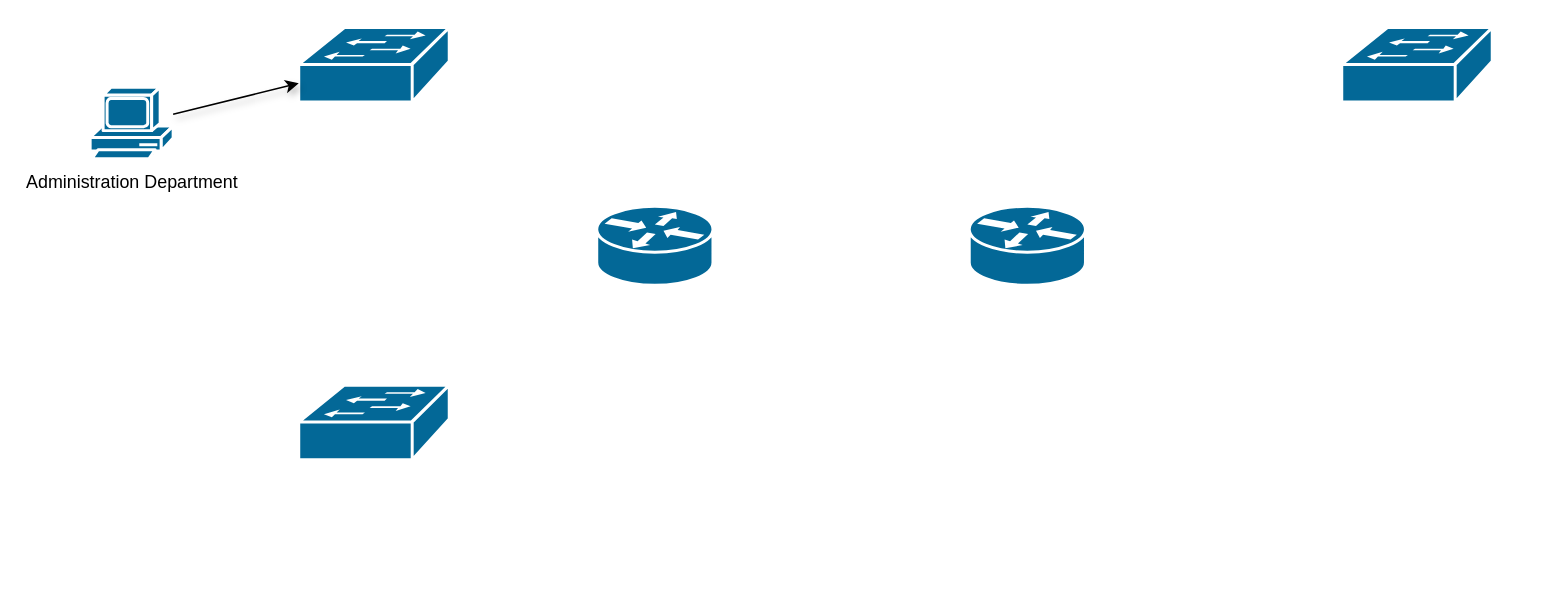
frazier-at-cpcc/subnetting-essentials keeps this draw.io diagram as topologies/Untitled Diagram.drawio. Above is the earlier version. Source tidied: cells renumbered, new cells numbered last; positions are measured from the earlier drawing's top-left corner, leaving out a move shared by most shapes. Both pictures are drawn from the tidied source at 149%, with x=0, y=0 at pixel (89, 27).
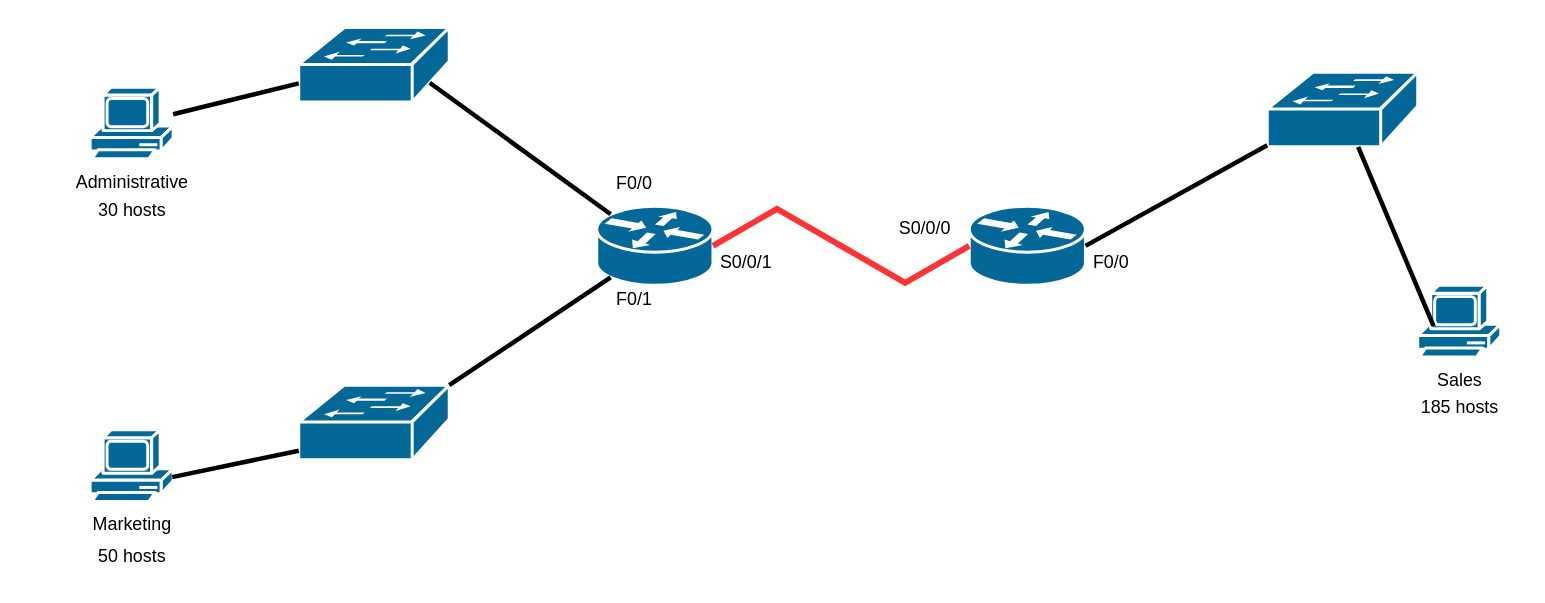
The same page after the edit.

Unchanged cells that the change refers to:
```xml
<mxCell id="2" style="shape=mxgraph.cisco.routers.router;sketch=0;html=1;dashed=0;fillColor=#036897;strokeColor=#ffffff;strokeWidth=2;verticalLabelPosition=bottom;verticalAlign=top;align=center;outlineConnect=0;" parent="1" vertex="1">
  <mxGeometry x="340" y="120" width="78" height="53" as="geometry" />
</mxCell>
<mxCell id="3" style="shape=mxgraph.cisco.routers.router;sketch=0;html=1;dashed=0;fillColor=#036897;strokeColor=#ffffff;strokeWidth=2;verticalLabelPosition=bottom;verticalAlign=top;align=center;outlineConnect=0;" parent="1" vertex="1">
  <mxGeometry x="590" y="120" width="78" height="53" as="geometry" />
</mxCell>
<mxCell id="4" style="shape=mxgraph.cisco.switches.workgroup_switch;sketch=0;html=1;dashed=0;fillColor=#036897;strokeColor=#ffffff;strokeWidth=2;verticalLabelPosition=bottom;verticalAlign=top;align=center;outlineConnect=0;" parent="1" vertex="1">
  <mxGeometry x="140" y="240" width="101" height="50" as="geometry" />
</mxCell>
<mxCell id="5" style="shape=mxgraph.cisco.switches.workgroup_switch;sketch=0;html=1;dashed=0;fillColor=#036897;strokeColor=#ffffff;strokeWidth=2;verticalLabelPosition=bottom;verticalAlign=top;align=center;outlineConnect=0;" parent="1" vertex="1">
  <mxGeometry x="140" width="101" height="50" as="geometry" />
</mxCell>
```

What changed in the source:
```diff
@@
     <mxCell id="6" style="shape=mxgraph.cisco.switches.workgroup_switch;sketch=0;html=1;dashed=0;fillColor=#036897;strokeColor=#ffffff;strokeWidth=2;verticalLabelPosition=bottom;verticalAlign=top;align=center;outlineConnect=0;" parent="1" vertex="1">
-      <mxGeometry x="840" width="101" height="50" as="geometry" />
+      <mxGeometry x="790" y="30" width="101" height="50" as="geometry" />
     </mxCell>
+    <mxCell id="8" value="Administrative" style="shape=mxgraph.cisco.computers_and_peripherals.pc;sketch=0;html=1;dashed=0;fillColor=#036897;strokeColor=#ffffff;strokeWidth=2;verticalLabelPosition=bottom;verticalAlign=top;align=center;outlineConnect=0;" parent="1" vertex="1">
+      <mxGeometry y="40" width="55.7" height="50" as="geometry" />
+    </mxCell>
-    <mxCell id="7" style="rounded=0;jettySize=auto;html=1;shadow=1;" parent="1" edge="1" source="8" target="5">
+    <mxCell id="7" style="endArrow=none;html=1;rounded=0;strokeWidth=3;" parent="1" edge="1" source="8" target="5">
       <mxGeometry relative="1" as="geometry" />
     </mxCell>
-    <mxCell id="8" value="Administration Department" style="shape=mxgraph.cisco.computers_and_peripherals.pc;sketch=0;html=1;dashed=0;fillColor=#036897;strokeColor=#ffffff;strokeWidth=2;verticalLabelPosition=bottom;verticalAlign=top;align=center;outlineConnect=0;" parent="1" vertex="1">
-      <mxGeometry y="40" width="55.7" height="50" as="geometry" />
-    </mxCell>
+    <mxCell id="9" style="endArrow=none;html=1;rounded=0;exitX=1;exitY=0;exitDx=0;exitDy=0;exitPerimeter=0;entryX=0.12;entryY=0.9;entryDx=0;entryDy=0;entryPerimeter=0;strokeWidth=3;" parent="1" edge="1" source="4" target="2">
+      <mxGeometry relative="1" as="geometry" />
+    </mxCell>
+    <mxCell id="10" style="endArrow=none;html=1;rounded=0;exitX=0.87;exitY=0.74;exitDx=0;exitDy=0;exitPerimeter=0;entryX=0.12;entryY=0.1;entryDx=0;entryDy=0;entryPerimeter=0;strokeWidth=3;" parent="1" edge="1" source="5" target="2">
+      <mxGeometry relative="1" as="geometry" />
+    </mxCell>
+    <mxCell id="11" style="endArrow=none;html=1;rounded=0;exitX=1;exitY=0.5;exitDx=0;exitDy=0;exitPerimeter=0;entryX=0;entryY=0.5;entryDx=0;entryDy=0;entryPerimeter=0;edgeStyle=isometricEdgeStyle;strokeColor=#FF3333;strokeWidth=4;" parent="1" edge="1" source="2" target="3">
+      <mxGeometry relative="1" as="geometry" />
+    </mxCell>
+    <mxCell id="12" value="Marketing" style="shape=mxgraph.cisco.computers_and_peripherals.pc;sketch=0;html=1;dashed=0;fillColor=#036897;strokeColor=#ffffff;strokeWidth=2;verticalLabelPosition=bottom;verticalAlign=top;align=center;outlineConnect=0;" parent="1" vertex="1">
+      <mxGeometry y="270" width="55.7" height="50" as="geometry" />
+    </mxCell>
+    <mxCell id="13" style="endArrow=none;html=1;rounded=0;entryX=0;entryY=0.98;entryDx=0;entryDy=0;entryPerimeter=0;exitX=1;exitY=0.5;exitDx=0;exitDy=0;exitPerimeter=0;strokeWidth=3;" parent="1" edge="1" source="3" target="6">
+      <mxGeometry relative="1" as="geometry" />
+    </mxCell>
+    <mxCell id="14" value="Sales" style="shape=mxgraph.cisco.computers_and_peripherals.pc;sketch=0;html=1;dashed=0;fillColor=#036897;strokeColor=#ffffff;strokeWidth=2;verticalLabelPosition=bottom;verticalAlign=top;align=center;" parent="1" vertex="1">
+      <mxGeometry x="891" y="173" width="55.7" height="50" as="geometry" />
+    </mxCell>
+    <mxCell id="15" style="endArrow=none;html=1;rounded=0;strokeWidth=3;exitX=0.988;exitY=0.634;exitDx=0;exitDy=0;exitPerimeter=0;" parent="1" edge="1" source="12">
+      <mxGeometry relative="1" as="geometry">
+        <mxPoint x="140" y="284" as="targetPoint" />
+      </mxGeometry>
+    </mxCell>
+    <mxCell id="16" style="endArrow=none;html=1;rounded=0;entryX=0;entryY=0.98;entryDx=0;entryDy=0;entryPerimeter=0;strokeWidth=3;" parent="1" edge="1" source="6">
+      <mxGeometry relative="1" as="geometry">
+        <mxPoint x="901.5" y="200" as="targetPoint" />
+      </mxGeometry>
+    </mxCell>
+    <mxCell id="17" value="30 hosts" style="text;html=1;align=center;verticalAlign=middle;strokeColor=none;fillColor=none;" parent="1" vertex="1">
+      <mxGeometry x="-7.1" y="108" width="70" height="30" as="geometry" />
+    </mxCell>
+    <mxCell id="18" value="50 hosts" style="text;html=1;align=center;verticalAlign=middle;strokeColor=none;fillColor=none;" parent="1" vertex="1">
+      <mxGeometry x="-7.1" y="340" width="70" height="30" as="geometry" />
+    </mxCell>
+    <mxCell id="19" value="185 hosts" style="text;html=1;align=center;verticalAlign=middle;strokeColor=none;fillColor=none;" parent="1" vertex="1">
+      <mxGeometry x="878.9" y="240" width="80" height="30" as="geometry" />
+    </mxCell>
+    <mxCell id="20" value="F0/1" style="text;html=1;align=center;verticalAlign=middle;strokeColor=none;fillColor=none;" parent="1" vertex="1">
+      <mxGeometry x="340" y="168" width="50" height="30" as="geometry" />
+    </mxCell>
+    <mxCell id="21" value="F0/0" style="text;html=1;align=center;verticalAlign=middle;strokeColor=none;fillColor=none;" parent="1" vertex="1">
+      <mxGeometry x="340" y="90" width="50" height="30" as="geometry" />
+    </mxCell>
+    <mxCell id="22" value="S0/0/1" style="text;html=1;align=center;verticalAlign=middle;strokeColor=none;fillColor=none;" parent="1" vertex="1">
+      <mxGeometry x="410" y="143" width="60" height="30" as="geometry" />
+    </mxCell>
+    <mxCell id="23" value="S0/0/0" style="text;html=1;align=center;verticalAlign=middle;strokeColor=none;fillColor=none;" parent="1" vertex="1">
+      <mxGeometry x="530" y="120" width="60" height="30" as="geometry" />
+    </mxCell>
+    <mxCell id="24" value="F0/0" style="text;html=1;align=center;verticalAlign=middle;strokeColor=none;fillColor=none;" parent="1" vertex="1">
+      <mxGeometry x="660" y="143" width="50" height="30" as="geometry" />
+    </mxCell>
```
